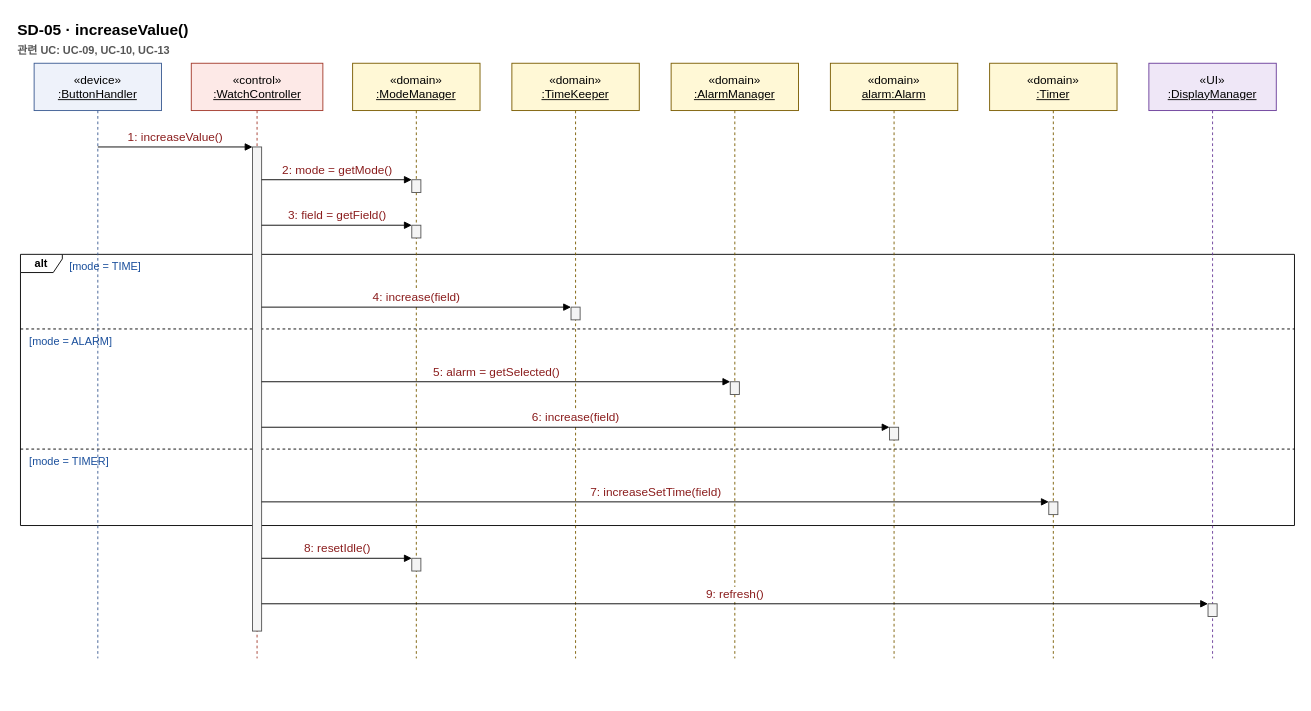
sspring2048/AssoArch keeps this draw.io diagram as page "SD-05 increaseValue()" (5 of 16) of docs/OOAD/practice/sd/DigitalWatch_SequenceDiagrams.drawio. Above is the earlier version. Source tidied: cells renumbered, new cells numbered last; positions are measured from the earlier drawing's top-left corner, leaving out a move shared by most shapes. Both pictures are drawn from the tidied source at 91%, with x=0, y=0 at pixel (15, 15).
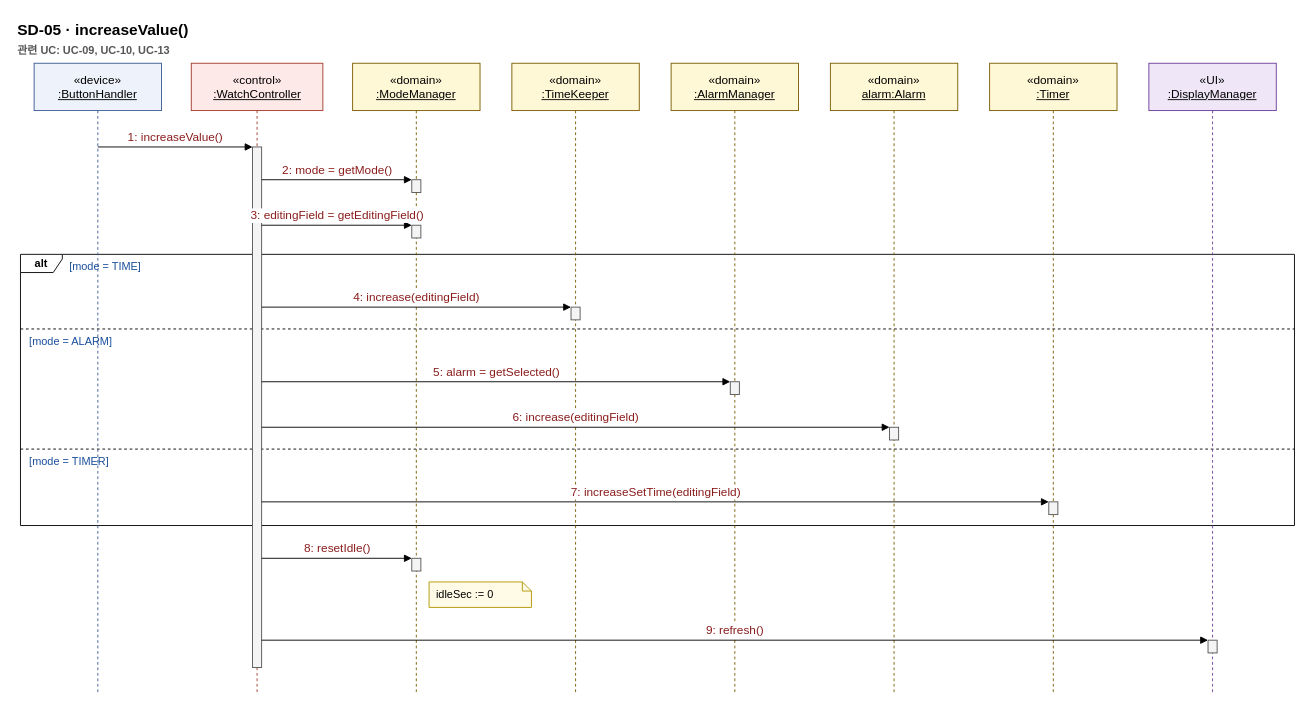
The same diagram, later.

The edit, as a diff of the source:
```diff
@@
     <mxCell id="9" value="«device»&lt;br&gt;&lt;u&gt;:ButtonHandler&lt;/u&gt;" style="shape=umlLifeline;perimeter=lifelinePerimeter;whiteSpace=wrap;html=1;size=52;fillColor=#eef2fa;strokeColor=#3b5b92;fontSize=13;" parent="1" vertex="1">
-      <mxGeometry x="20" y="52" width="140" height="654" as="geometry" />
+      <mxGeometry x="20" y="52" width="140" height="694" as="geometry" />
     </mxCell>
     <mxCell id="10" value="«control»&lt;br&gt;&lt;u&gt;:WatchController&lt;/u&gt;" style="shape=umlLifeline;perimeter=lifelinePerimeter;whiteSpace=wrap;html=1;size=52;fillColor=#fde9e7;strokeColor=#a33a2c;fontSize=13;" parent="1" vertex="1">
-      <mxGeometry x="192.7" y="52" width="144.6" height="654" as="geometry" />
+      <mxGeometry x="192.7" y="52" width="144.6" height="694" as="geometry" />
     </mxCell>
     <mxCell id="11" value="«domain»&lt;br&gt;&lt;u&gt;:ModeManager&lt;/u&gt;" style="shape=umlLifeline;perimeter=lifelinePerimeter;whiteSpace=wrap;html=1;size=52;fillColor=#fff8d6;strokeColor=#7a5c00;fontSize=13;" parent="1" vertex="1">
-      <mxGeometry x="370" y="52" width="140" height="654" as="geometry" />
+      <mxGeometry x="370" y="52" width="140" height="694" as="geometry" />
     </mxCell>
     <mxCell id="12" value="«domain»&lt;br&gt;&lt;u&gt;:TimeKeeper&lt;/u&gt;" style="shape=umlLifeline;perimeter=lifelinePerimeter;whiteSpace=wrap;html=1;size=52;fillColor=#fff8d6;strokeColor=#7a5c00;fontSize=13;" parent="1" vertex="1">
-      <mxGeometry x="545" y="52" width="140" height="654" as="geometry" />
+      <mxGeometry x="545" y="52" width="140" height="694" as="geometry" />
     </mxCell>
     <mxCell id="13" value="«domain»&lt;br&gt;&lt;u&gt;:AlarmManager&lt;/u&gt;" style="shape=umlLifeline;perimeter=lifelinePerimeter;whiteSpace=wrap;html=1;size=52;fillColor=#fff8d6;strokeColor=#7a5c00;fontSize=13;" parent="1" vertex="1">
-      <mxGeometry x="720" y="52" width="140" height="654" as="geometry" />
+      <mxGeometry x="720" y="52" width="140" height="694" as="geometry" />
     </mxCell>
     <mxCell id="14" value="«domain»&lt;br&gt;&lt;u&gt;alarm:Alarm&lt;/u&gt;" style="shape=umlLifeline;perimeter=lifelinePerimeter;whiteSpace=wrap;html=1;size=52;fillColor=#fff8d6;strokeColor=#7a5c00;fontSize=13;" parent="1" vertex="1">
-      <mxGeometry x="895" y="52" width="140" height="654" as="geometry" />
+      <mxGeometry x="895" y="52" width="140" height="694" as="geometry" />
     </mxCell>
     <mxCell id="15" value="«domain»&lt;br&gt;&lt;u&gt;:Timer&lt;/u&gt;" style="shape=umlLifeline;perimeter=lifelinePerimeter;whiteSpace=wrap;html=1;size=52;fillColor=#fff8d6;strokeColor=#7a5c00;fontSize=13;" parent="1" vertex="1">
-      <mxGeometry x="1070" y="52" width="140" height="654" as="geometry" />
+      <mxGeometry x="1070" y="52" width="140" height="694" as="geometry" />
     </mxCell>
     <mxCell id="16" value="«UI»&lt;br&gt;&lt;u&gt;:DisplayManager&lt;/u&gt;" style="shape=umlLifeline;perimeter=lifelinePerimeter;whiteSpace=wrap;html=1;size=52;fillColor=#efe7f7;strokeColor=#6a3d9a;fontSize=13;" parent="1" vertex="1">
-      <mxGeometry x="1245" y="52" width="140" height="654" as="geometry" />
+      <mxGeometry x="1245" y="52" width="140" height="694" as="geometry" />
     </mxCell>
@@
     <mxCell id="24" style="html=1;perimeter=orthogonalPerimeter;fillColor=#f4f4f4;strokeColor=#555555;" parent="1" vertex="1">
-      <mxGeometry x="1310" y="646" width="10" height="14" as="geometry" />
+      <mxGeometry x="1310" y="686" width="10" height="14" as="geometry" />
     </mxCell>
     <mxCell id="25" style="html=1;perimeter=orthogonalPerimeter;fillColor=#f4f4f4;strokeColor=#555555;" parent="1" vertex="1">
-      <mxGeometry x="260" y="144" width="10" height="532" as="geometry" />
+      <mxGeometry x="260" y="144" width="10" height="572" as="geometry" />
     </mxCell>
@@
-    <mxCell id="28" value="3: field = getField()" style="html=1;verticalAlign=bottom;endArrow=block;endFill=1;fontSize=13;fontColor=#8a1c1c;" parent="1" edge="1">
+    <mxCell id="28" value="3: editingField = getEditingField()" style="html=1;verticalAlign=bottom;endArrow=block;endFill=1;fontSize=13;fontColor=#8a1c1c;" parent="1" edge="1">
       <mxGeometry relative="1" as="geometry">
         <mxPoint x="270" y="230" as="sourcePoint" />
         <mxPoint x="435" y="230" as="targetPoint" />
       </mxGeometry>
     </mxCell>
-    <mxCell id="29" value="4: increase(field)" style="html=1;verticalAlign=bottom;endArrow=block;endFill=1;fontSize=13;fontColor=#8a1c1c;" parent="1" edge="1">
+    <mxCell id="29" value="4: increase(editingField)" style="html=1;verticalAlign=bottom;endArrow=block;endFill=1;fontSize=13;fontColor=#8a1c1c;" parent="1" edge="1">
       <mxGeometry relative="1" as="geometry">
         <mxPoint x="270" y="320" as="sourcePoint" />
         <mxPoint x="610" y="320" as="targetPoint" />
       </mxGeometry>
     </mxCell>
@@
-    <mxCell id="31" value="6: increase(field)" style="html=1;verticalAlign=bottom;endArrow=block;endFill=1;fontSize=13;fontColor=#8a1c1c;" parent="1" edge="1">
+    <mxCell id="31" value="6: increase(editingField)" style="html=1;verticalAlign=bottom;endArrow=block;endFill=1;fontSize=13;fontColor=#8a1c1c;" parent="1" edge="1">
       <mxGeometry relative="1" as="geometry">
         <mxPoint x="270" y="452" as="sourcePoint" />
         <mxPoint x="960" y="452" as="targetPoint" />
       </mxGeometry>
     </mxCell>
-    <mxCell id="32" value="7: increaseSetTime(field)" style="html=1;verticalAlign=bottom;endArrow=block;endFill=1;fontSize=13;fontColor=#8a1c1c;" parent="1" edge="1">
+    <mxCell id="32" value="7: increaseSetTime(editingField)" style="html=1;verticalAlign=bottom;endArrow=block;endFill=1;fontSize=13;fontColor=#8a1c1c;" parent="1" edge="1">
       <mxGeometry relative="1" as="geometry">
         <mxPoint x="270" y="534" as="sourcePoint" />
         <mxPoint x="1135" y="534" as="targetPoint" />
       </mxGeometry>
     </mxCell>
@@
-    <mxCell id="34" value="9: refresh()" style="html=1;verticalAlign=bottom;endArrow=block;endFill=1;fontSize=13;fontColor=#8a1c1c;" parent="1" edge="1">
-      <mxGeometry relative="1" as="geometry">
-        <mxPoint x="270" y="646" as="sourcePoint" />
-        <mxPoint x="1310" y="646" as="targetPoint" />
-      </mxGeometry>
+    <mxCell id="34" value="idleSec := 0" style="shape=note;size=10;whiteSpace=wrap;html=1;align=left;spacingLeft=6;fontSize=12;fillColor=#fffbe6;strokeColor=#b39500;" parent="1" vertex="1">
+      <mxGeometry x="454" y="622" width="112.5" height="28" as="geometry" />
     </mxCell>
+    <mxCell id="35" value="9: refresh()" style="html=1;verticalAlign=bottom;endArrow=block;endFill=1;fontSize=13;fontColor=#8a1c1c;" parent="1" edge="1">
+      <mxGeometry relative="1" as="geometry">
+        <mxPoint x="270" y="686" as="sourcePoint" />
+        <mxPoint x="1310" y="686" as="targetPoint" />
+      </mxGeometry>
+    </mxCell>
```
